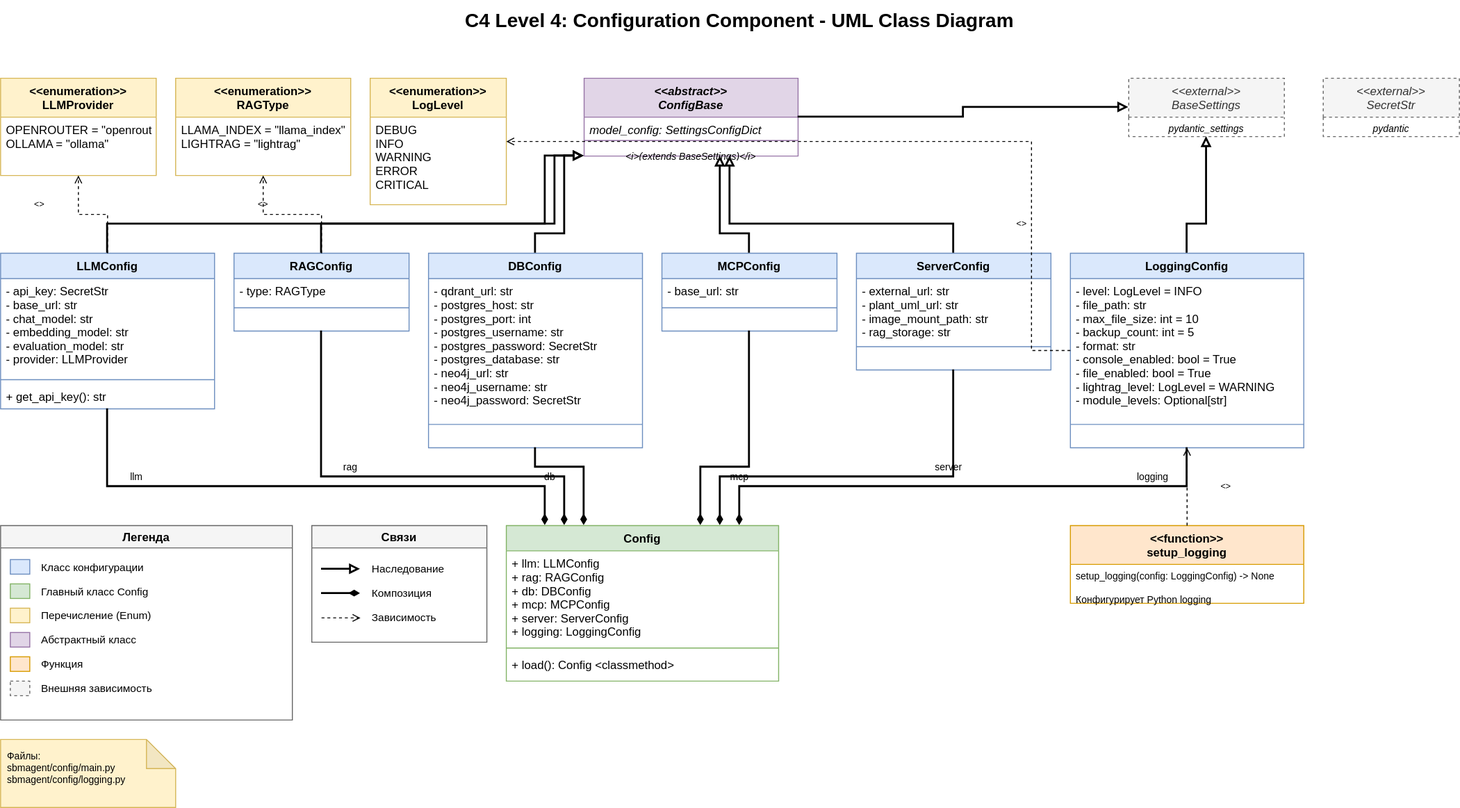
Before: ProjecetConfigurationUML.drawio.svg, a diagram exported from draw.io (pavel-collab/Agentic-system-images). Source tidied: cells renumbered, new cells last; positions are measured from the earlier drawing's top-left corner, leaving out a move shared by most shapes.
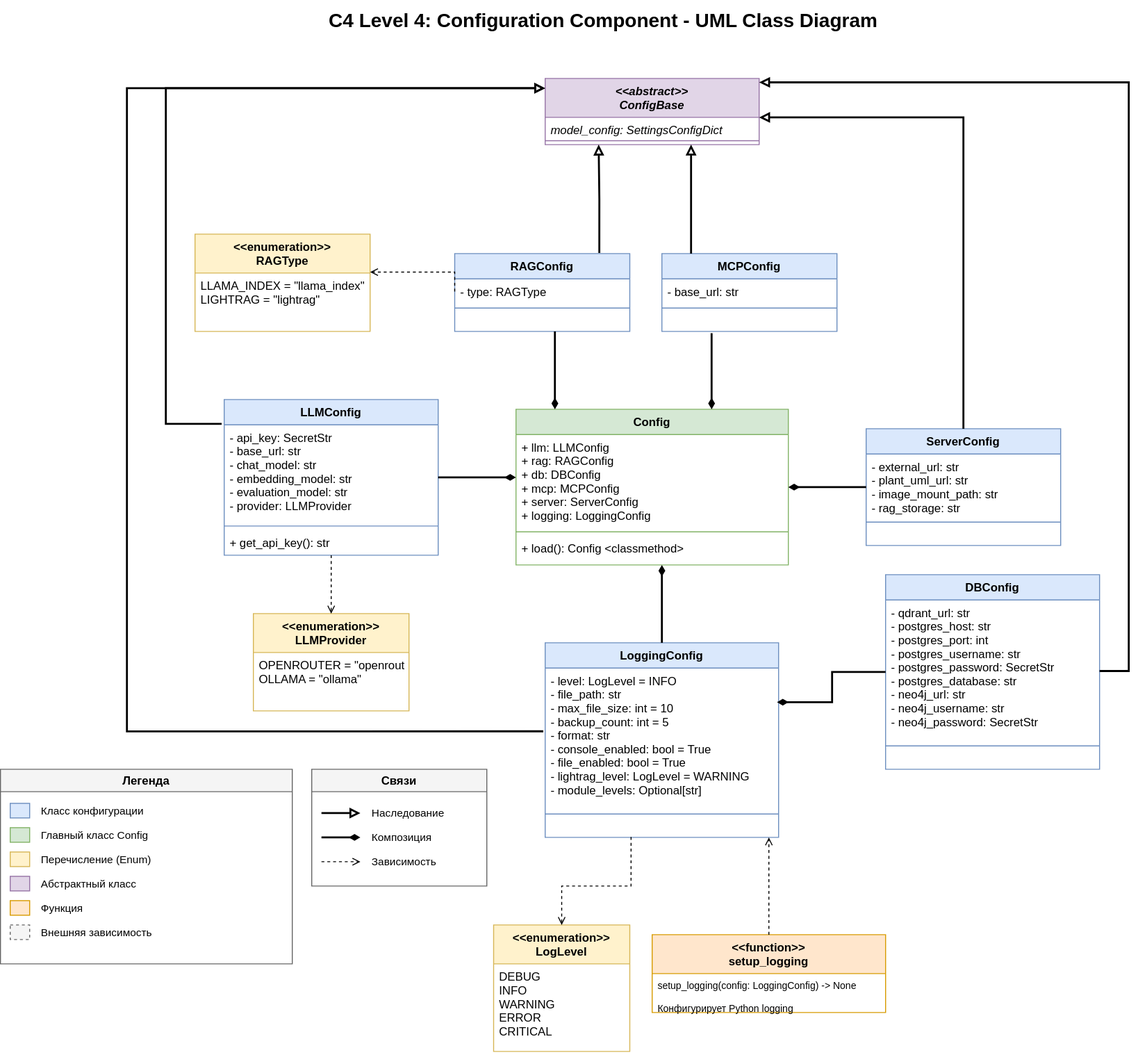
After the commit.

Change to the diagram source:
```diff
@@ -5,6 +5,6 @@
     <mxCell id="2" value="C4 Level 4: Configuration Component - UML Class Diagram" style="text;html=1;strokeColor=none;fillColor=none;align=center;verticalAlign=middle;whiteSpace=wrap;rounded=0;fontSize=20;fontStyle=1;" parent="1" vertex="1">
-      <mxGeometry x="360" width="800" height="40" as="geometry" />
+      <mxGeometry x="200" width="800" height="40" as="geometry" />
     </mxCell>
     <mxCell id="3" value="&lt;&lt;enumeration&gt;&gt;&#10;LLMProvider" style="swimlane;fontStyle=1;align=center;verticalAlign=top;horizontal=1;startSize=40;fillColor=#fff2cc;strokeColor=#d6b656;" parent="1" vertex="1">
-      <mxGeometry y="80" width="160" height="100" as="geometry" />
+      <mxGeometry x="240" y="630" width="160" height="100" as="geometry" />
     </mxCell>
@@ -14,3 +14,3 @@
     <mxCell id="5" value="&lt;&lt;enumeration&gt;&gt;&#10;RAGType" style="swimlane;fontStyle=1;align=center;verticalAlign=top;horizontal=1;startSize=40;fillColor=#fff2cc;strokeColor=#d6b656;" parent="1" vertex="1">
-      <mxGeometry x="180" y="80" width="180" height="100" as="geometry" />
+      <mxGeometry x="180" y="240" width="180" height="100" as="geometry" />
     </mxCell>
@@ -20,3 +20,3 @@
     <mxCell id="7" value="&lt;&lt;enumeration&gt;&gt;&#10;LogLevel" style="swimlane;fontStyle=1;align=center;verticalAlign=top;horizontal=1;startSize=40;fillColor=#fff2cc;strokeColor=#d6b656;" parent="1" vertex="1">
-      <mxGeometry x="380" y="80" width="140" height="130" as="geometry" />
+      <mxGeometry x="487" y="950" width="140" height="130" as="geometry" />
     </mxCell>
@@ -26,3 +26,3 @@
     <mxCell id="9" value="&lt;&lt;abstract&gt;&gt;&#10;ConfigBase" style="swimlane;fontStyle=3;align=center;verticalAlign=top;horizontal=1;startSize=40;fillColor=#e1d5e7;strokeColor=#9673a6;" parent="1" vertex="1">
-      <mxGeometry x="600" y="80" width="220" height="80" as="geometry" />
+      <mxGeometry x="540" y="80" width="220" height="68" as="geometry" />
     </mxCell>
@@ -34,7 +34,4 @@
     </mxCell>
-    <mxCell id="12" value="&lt;i&gt;(extends BaseSettings)&lt;/i&gt;" style="text;strokeColor=none;fillColor=none;align=center;verticalAlign=top;spacingLeft=4;spacingRight=4;overflow=hidden;fontStyle=2;fontSize=10;" parent="9" vertex="1">
-      <mxGeometry y="68" width="220" height="12" as="geometry" />
-    </mxCell>
     <mxCell id="13" value="LLMConfig" style="swimlane;fontStyle=1;align=center;verticalAlign=top;horizontal=1;startSize=26;fillColor=#dae8fc;strokeColor=#6c8ebf;" parent="1" vertex="1">
-      <mxGeometry y="260" width="220" height="160" as="geometry" />
+      <mxGeometry x="210" y="410" width="220" height="160" as="geometry" />
     </mxCell>
@@ -50,3 +47,3 @@
     <mxCell id="17" value="RAGConfig" style="swimlane;fontStyle=1;align=center;verticalAlign=top;horizontal=1;startSize=26;fillColor=#dae8fc;strokeColor=#6c8ebf;" parent="1" vertex="1">
-      <mxGeometry x="240" y="260" width="180" height="80" as="geometry" />
+      <mxGeometry x="447" y="260" width="180" height="80" as="geometry" />
     </mxCell>
@@ -62,3 +59,3 @@
     <mxCell id="21" value="DBConfig" style="swimlane;fontStyle=1;align=center;verticalAlign=top;horizontal=1;startSize=26;fillColor=#dae8fc;strokeColor=#6c8ebf;" parent="1" vertex="1">
-      <mxGeometry x="440" y="260" width="220" height="200" as="geometry" />
+      <mxGeometry x="890" y="590" width="220" height="200" as="geometry" />
     </mxCell>
@@ -74,3 +71,3 @@
     <mxCell id="25" value="MCPConfig" style="swimlane;fontStyle=1;align=center;verticalAlign=top;horizontal=1;startSize=26;fillColor=#dae8fc;strokeColor=#6c8ebf;" parent="1" vertex="1">
-      <mxGeometry x="680" y="260" width="180" height="80" as="geometry" />
+      <mxGeometry x="660" y="260" width="180" height="80" as="geometry" />
     </mxCell>
@@ -86,3 +83,3 @@
     <mxCell id="29" value="ServerConfig" style="swimlane;fontStyle=1;align=center;verticalAlign=top;horizontal=1;startSize=26;fillColor=#dae8fc;strokeColor=#6c8ebf;" parent="1" vertex="1">
-      <mxGeometry x="880" y="260" width="200" height="120" as="geometry" />
+      <mxGeometry x="870" y="440" width="200" height="120" as="geometry" />
     </mxCell>
@@ -98,3 +95,3 @@
     <mxCell id="33" value="LoggingConfig" style="swimlane;fontStyle=1;align=center;verticalAlign=top;horizontal=1;startSize=26;fillColor=#dae8fc;strokeColor=#6c8ebf;" parent="1" vertex="1">
-      <mxGeometry x="1100" y="260" width="240" height="200" as="geometry" />
+      <mxGeometry x="540" y="660" width="240" height="200" as="geometry" />
     </mxCell>
@@ -110,3 +107,3 @@
     <mxCell id="37" value="Config" style="swimlane;fontStyle=1;align=center;verticalAlign=top;horizontal=1;startSize=26;fillColor=#d5e8d4;strokeColor=#82b366;" parent="1" vertex="1">
-      <mxGeometry x="520" y="540" width="280" height="160" as="geometry" />
+      <mxGeometry x="510" y="420" width="280" height="160" as="geometry" />
     </mxCell>
@@ -121,16 +118,4 @@
     </mxCell>
-    <mxCell id="41" value="&lt;&lt;external&gt;&gt;&#10;BaseSettings" style="swimlane;fontStyle=2;align=center;verticalAlign=top;horizontal=1;startSize=40;fillColor=#f5f5f5;strokeColor=#666666;fontColor=#333333;dashed=1;" parent="1" vertex="1">
-      <mxGeometry x="1160" y="80" width="160" height="60" as="geometry" />
-    </mxCell>
-    <mxCell id="42" value="pydantic_settings" style="text;strokeColor=none;fillColor=none;align=center;verticalAlign=top;spacingLeft=4;spacingRight=4;overflow=hidden;fontStyle=2;fontSize=10;" parent="41" vertex="1">
-      <mxGeometry y="40" width="160" height="20" as="geometry" />
-    </mxCell>
-    <mxCell id="43" value="&lt;&lt;external&gt;&gt;&#10;SecretStr" style="swimlane;fontStyle=2;align=center;verticalAlign=top;horizontal=1;startSize=40;fillColor=#f5f5f5;strokeColor=#666666;fontColor=#333333;dashed=1;" parent="1" vertex="1">
-      <mxGeometry x="1360" y="80" width="140" height="60" as="geometry" />
-    </mxCell>
-    <mxCell id="44" value="pydantic" style="text;strokeColor=none;fillColor=none;align=center;verticalAlign=top;spacingLeft=4;spacingRight=4;overflow=hidden;fontStyle=2;fontSize=10;" parent="43" vertex="1">
-      <mxGeometry y="40" width="140" height="20" as="geometry" />
-    </mxCell>
     <mxCell id="45" value="&lt;&lt;function&gt;&gt;&#10;setup_logging" style="swimlane;fontStyle=1;align=center;verticalAlign=top;horizontal=1;startSize=40;fillColor=#ffe6cc;strokeColor=#d79b00;" parent="1" vertex="1">
-      <mxGeometry x="1100" y="540" width="240" height="80" as="geometry" />
+      <mxGeometry x="650" y="960" width="240" height="80" as="geometry" />
     </mxCell>
@@ -139,11 +124,7 @@
     </mxCell>
-    <mxCell id="47" style="edgeStyle=orthogonalEdgeStyle;rounded=0;jettySize=auto;html=1;endArrow=block;endFill=0;strokeWidth=2;" parent="1" edge="1" source="9" target="41">
-      <mxGeometry relative="1" as="geometry" />
-    </mxCell>
-    <mxCell id="48" style="edgeStyle=orthogonalEdgeStyle;rounded=0;jettySize=auto;html=1;endArrow=block;endFill=0;strokeWidth=2;exitX=0.5;exitY=0;exitDx=0;exitDy=0;" parent="1" edge="1" source="13" target="9">
+    <mxCell id="48" style="edgeStyle=orthogonalEdgeStyle;rounded=0;jettySize=auto;html=1;endArrow=block;endFill=0;strokeWidth=2;exitX=-0.008;exitY=0.445;exitDx=0;exitDy=0;exitPerimeter=0;" parent="1" edge="1" source="34" target="9">
       <mxGeometry relative="1" as="geometry">
         <Array as="points">
-          <mxPoint x="110" y="230" />
-          <mxPoint x="560" y="230" />
-          <mxPoint x="560" y="160" />
+          <mxPoint x="110" y="751" />
+          <mxPoint x="110" y="90" />
         </Array>
@@ -151,17 +132,10 @@
     </mxCell>
-    <mxCell id="49" style="edgeStyle=orthogonalEdgeStyle;rounded=0;jettySize=auto;html=1;endArrow=block;endFill=0;strokeWidth=2;exitX=0.5;exitY=0;exitDx=0;exitDy=0;" parent="1" edge="1" source="17" target="9">
-      <mxGeometry relative="1" as="geometry">
-        <Array as="points">
-          <mxPoint x="330" y="230" />
-          <mxPoint x="570" y="230" />
-          <mxPoint x="570" y="160" />
-        </Array>
-      </mxGeometry>
+    <mxCell id="49" style="edgeStyle=orthogonalEdgeStyle;rounded=0;jettySize=auto;html=1;endArrow=block;endFill=0;strokeWidth=2;exitX=0.826;exitY=-0.008;exitDx=0;exitDy=0;entryX=0.25;entryY=1;entryDx=0;entryDy=0;exitPerimeter=0;" parent="1" edge="1" source="17" target="9">
+      <mxGeometry relative="1" as="geometry" />
     </mxCell>
-    <mxCell id="50" style="edgeStyle=orthogonalEdgeStyle;rounded=0;jettySize=auto;html=1;endArrow=block;endFill=0;strokeWidth=2;exitX=0.5;exitY=0;exitDx=0;exitDy=0;" parent="1" edge="1" source="21" target="9">
+    <mxCell id="50" style="edgeStyle=orthogonalEdgeStyle;rounded=0;jettySize=auto;html=1;endArrow=block;endFill=0;strokeWidth=2;exitX=1;exitY=0.5;exitDx=0;exitDy=0;" parent="1" edge="1" source="22" target="9">
       <mxGeometry relative="1" as="geometry">
         <Array as="points">
-          <mxPoint x="550" y="240" />
-          <mxPoint x="580" y="240" />
-          <mxPoint x="580" y="160" />
+          <mxPoint x="1140" y="689" />
+          <mxPoint x="1140" y="84" />
         </Array>
@@ -169,8 +143,7 @@
     </mxCell>
-    <mxCell id="51" style="edgeStyle=orthogonalEdgeStyle;rounded=0;jettySize=auto;html=1;endArrow=block;endFill=0;strokeWidth=2;exitX=0.5;exitY=0;exitDx=0;exitDy=0;" parent="1" edge="1" source="25" target="9">
+    <mxCell id="51" style="edgeStyle=orthogonalEdgeStyle;rounded=0;jettySize=auto;html=1;endArrow=block;endFill=0;strokeWidth=2;" parent="1" edge="1" target="9">
       <mxGeometry relative="1" as="geometry">
+        <mxPoint x="690" y="260" as="sourcePoint" />
         <Array as="points">
-          <mxPoint x="770" y="240" />
-          <mxPoint x="740" y="240" />
-          <mxPoint x="740" y="160" />
+          <mxPoint x="690" y="260" />
         </Array>
@@ -181,5 +154,3 @@
         <Array as="points">
-          <mxPoint x="980" y="230" />
-          <mxPoint x="750" y="230" />
-          <mxPoint x="750" y="160" />
+          <mxPoint x="970" y="120" />
         </Array>
@@ -187,11 +158,2 @@
     </mxCell>
-    <mxCell id="53" style="edgeStyle=orthogonalEdgeStyle;rounded=0;jettySize=auto;html=1;endArrow=block;endFill=0;strokeWidth=2;exitX=0.5;exitY=0;exitDx=0;exitDy=0;" parent="1" edge="1" source="33" target="41">
-      <mxGeometry relative="1" as="geometry">
-        <Array as="points">
-          <mxPoint x="1220" y="230" />
-          <mxPoint x="1240" y="230" />
-          <mxPoint x="1240" y="140" />
-        </Array>
-      </mxGeometry>
-    </mxCell>
     <mxCell id="54" style="edgeStyle=orthogonalEdgeStyle;rounded=0;jettySize=auto;html=1;endArrow=diamondThin;endFill=1;strokeWidth=2;startArrow=none;startFill=0;" parent="1" edge="1" source="13" target="37">
@@ -199,4 +161,3 @@
         <Array as="points">
-          <mxPoint x="110" y="500" />
-          <mxPoint x="560" y="500" />
+          <mxPoint x="260" y="500" />
         </Array>
@@ -204,5 +165,2 @@
     </mxCell>
-    <mxCell id="55" value="llm" style="text;html=1;strokeColor=none;fillColor=none;align=center;verticalAlign=middle;whiteSpace=wrap;rounded=0;fontSize=10;" parent="1" vertex="1">
-      <mxGeometry x="120" y="480" width="40" height="20" as="geometry" />
-    </mxCell>
     <mxCell id="56" style="edgeStyle=orthogonalEdgeStyle;rounded=0;jettySize=auto;html=1;endArrow=diamondThin;endFill=1;strokeWidth=2;startArrow=none;startFill=0;" parent="1" edge="1" source="17" target="37">
@@ -210,4 +168,4 @@
         <Array as="points">
-          <mxPoint x="330" y="490" />
-          <mxPoint x="580" y="490" />
+          <mxPoint x="550" y="390" />
+          <mxPoint x="550" y="390" />
         </Array>
@@ -215,10 +173,7 @@
     </mxCell>
-    <mxCell id="57" value="rag" style="text;html=1;strokeColor=none;fillColor=none;align=center;verticalAlign=middle;whiteSpace=wrap;rounded=0;fontSize=10;" parent="1" vertex="1">
-      <mxGeometry x="340" y="470" width="40" height="20" as="geometry" />
-    </mxCell>
-    <mxCell id="58" style="edgeStyle=orthogonalEdgeStyle;rounded=0;jettySize=auto;html=1;endArrow=diamondThin;endFill=1;strokeWidth=2;startArrow=none;startFill=0;" parent="1" edge="1" source="21" target="37">
+    <mxCell id="58" style="edgeStyle=orthogonalEdgeStyle;rounded=0;jettySize=auto;html=1;endArrow=diamondThin;endFill=1;strokeWidth=2;startArrow=none;startFill=0;entryX=0.993;entryY=0.24;entryDx=0;entryDy=0;entryPerimeter=0;" parent="1" edge="1" source="21" target="34">
       <mxGeometry relative="1" as="geometry">
         <Array as="points">
-          <mxPoint x="550" y="480" />
-          <mxPoint x="600" y="480" />
+          <mxPoint x="835" y="690" />
+          <mxPoint x="835" y="721" />
         </Array>
@@ -226,10 +181,7 @@
     </mxCell>
-    <mxCell id="59" value="db" style="text;html=1;strokeColor=none;fillColor=none;align=center;verticalAlign=middle;whiteSpace=wrap;rounded=0;fontSize=10;" parent="1" vertex="1">
-      <mxGeometry x="550" y="480" width="30" height="20" as="geometry" />
-    </mxCell>
-    <mxCell id="60" style="edgeStyle=orthogonalEdgeStyle;rounded=0;jettySize=auto;html=1;endArrow=diamondThin;endFill=1;strokeWidth=2;startArrow=none;startFill=0;" parent="1" edge="1" source="25" target="37">
+    <mxCell id="60" style="edgeStyle=orthogonalEdgeStyle;rounded=0;jettySize=auto;html=1;endArrow=diamondThin;endFill=1;strokeWidth=2;startArrow=none;startFill=0;exitX=0.284;exitY=1.089;exitDx=0;exitDy=0;exitPerimeter=0;" parent="1" edge="1" source="28" target="37">
       <mxGeometry relative="1" as="geometry">
         <Array as="points">
-          <mxPoint x="770" y="480" />
-          <mxPoint x="720" y="480" />
+          <mxPoint x="721" y="420" />
+          <mxPoint x="721" y="420" />
         </Array>
@@ -237,5 +189,2 @@
     </mxCell>
-    <mxCell id="61" value="mcp" style="text;html=1;strokeColor=none;fillColor=none;align=center;verticalAlign=middle;whiteSpace=wrap;rounded=0;fontSize=10;" parent="1" vertex="1">
-      <mxGeometry x="740" y="480" width="40" height="20" as="geometry" />
-    </mxCell>
     <mxCell id="62" style="edgeStyle=orthogonalEdgeStyle;rounded=0;jettySize=auto;html=1;endArrow=diamondThin;endFill=1;strokeWidth=2;startArrow=none;startFill=0;" parent="1" edge="1" source="29" target="37">
@@ -243,4 +192,4 @@
         <Array as="points">
-          <mxPoint x="980" y="490" />
-          <mxPoint x="740" y="490" />
+          <mxPoint x="870" y="500" />
+          <mxPoint x="870" y="500" />
         </Array>
@@ -248,5 +197,2 @@
     </mxCell>
-    <mxCell id="63" value="server" style="text;html=1;strokeColor=none;fillColor=none;align=center;verticalAlign=middle;whiteSpace=wrap;rounded=0;fontSize=10;" parent="1" vertex="1">
-      <mxGeometry x="950" y="470" width="50" height="20" as="geometry" />
-    </mxCell>
     <mxCell id="64" style="edgeStyle=orthogonalEdgeStyle;rounded=0;jettySize=auto;html=1;endArrow=diamondThin;endFill=1;strokeWidth=2;startArrow=none;startFill=0;" parent="1" edge="1" source="33" target="37">
@@ -254,4 +200,4 @@
         <Array as="points">
-          <mxPoint x="1220" y="500" />
-          <mxPoint x="760" y="500" />
+          <mxPoint x="630" y="820" />
+          <mxPoint x="630" y="820" />
         </Array>
@@ -259,5 +205,2 @@
     </mxCell>
-    <mxCell id="65" value="logging" style="text;html=1;strokeColor=none;fillColor=none;align=center;verticalAlign=middle;whiteSpace=wrap;rounded=0;fontSize=10;" parent="1" vertex="1">
-      <mxGeometry x="1160" y="480" width="50" height="20" as="geometry" />
-    </mxCell>
     <mxCell id="66" style="edgeStyle=orthogonalEdgeStyle;rounded=0;jettySize=auto;html=1;dashed=1;endArrow=open;endFill=0;strokeWidth=1;" parent="1" edge="1" source="13" target="3">
@@ -265,16 +208,15 @@
     </mxCell>
-    <mxCell id="67" value="&lt;&lt;uses&gt;&gt;" style="text;html=1;strokeColor=none;fillColor=none;align=center;verticalAlign=middle;whiteSpace=wrap;rounded=0;fontSize=9;fontStyle=2;" parent="1" vertex="1">
-      <mxGeometry x="10" y="200" width="60" height="20" as="geometry" />
-    </mxCell>
-    <mxCell id="68" style="edgeStyle=orthogonalEdgeStyle;rounded=0;jettySize=auto;html=1;dashed=1;endArrow=open;endFill=0;strokeWidth=1;" parent="1" edge="1" source="17" target="5">
-      <mxGeometry relative="1" as="geometry" />
+    <mxCell id="68" style="edgeStyle=orthogonalEdgeStyle;rounded=0;jettySize=auto;html=1;dashed=1;endArrow=open;endFill=0;strokeWidth=1;exitX=0;exitY=0.5;exitDx=0;exitDy=0;" parent="1" edge="1" source="18" target="5">
+      <mxGeometry relative="1" as="geometry">
+        <Array as="points">
+          <mxPoint x="250" y="279" />
+          <mxPoint x="250" y="280" />
+        </Array>
+      </mxGeometry>
     </mxCell>
-    <mxCell id="69" value="&lt;&lt;uses&gt;&gt;" style="text;html=1;strokeColor=none;fillColor=none;align=center;verticalAlign=middle;whiteSpace=wrap;rounded=0;fontSize=9;fontStyle=2;" parent="1" vertex="1">
-      <mxGeometry x="240" y="200" width="60" height="20" as="geometry" />
-    </mxCell>
-    <mxCell id="70" style="edgeStyle=orthogonalEdgeStyle;rounded=0;jettySize=auto;html=1;dashed=1;endArrow=open;endFill=0;strokeWidth=1;exitX=0;exitY=0.5;exitDx=0;exitDy=0;" parent="1" edge="1" source="33" target="7">
+    <mxCell id="70" style="edgeStyle=orthogonalEdgeStyle;rounded=0;jettySize=auto;html=1;dashed=1;endArrow=open;endFill=0;strokeWidth=1;entryX=0.5;entryY=0;entryDx=0;entryDy=0;exitX=0.368;exitY=0.979;exitDx=0;exitDy=0;exitPerimeter=0;" parent="1" edge="1" source="36" target="7">
       <mxGeometry relative="1" as="geometry">
         <Array as="points">
-          <mxPoint x="1060" y="360" />
-          <mxPoint x="1060" y="145" />
+          <mxPoint x="628" y="910" />
+          <mxPoint x="557" y="910" />
         </Array>
@@ -282,13 +224,12 @@
     </mxCell>
-    <mxCell id="71" value="&lt;&lt;uses&gt;&gt;" style="text;html=1;strokeColor=none;fillColor=none;align=center;verticalAlign=middle;whiteSpace=wrap;rounded=0;fontSize=9;fontStyle=2;" parent="1" vertex="1">
-      <mxGeometry x="1020" y="220" width="60" height="20" as="geometry" />
-    </mxCell>
     <mxCell id="72" style="edgeStyle=orthogonalEdgeStyle;rounded=0;jettySize=auto;html=1;dashed=1;endArrow=open;endFill=0;strokeWidth=1;" parent="1" edge="1" source="45" target="33">
-      <mxGeometry relative="1" as="geometry" />
+      <mxGeometry relative="1" as="geometry">
+        <Array as="points">
+          <mxPoint x="770" y="1020" />
+          <mxPoint x="770" y="1020" />
+        </Array>
+      </mxGeometry>
     </mxCell>
-    <mxCell id="73" value="&lt;&lt;uses&gt;&gt;" style="text;html=1;strokeColor=none;fillColor=none;align=center;verticalAlign=middle;whiteSpace=wrap;rounded=0;fontSize=9;fontStyle=2;" parent="1" vertex="1">
-      <mxGeometry x="1230" y="490" width="60" height="20" as="geometry" />
-    </mxCell>
     <mxCell id="74" value="Легенда" style="swimlane;startSize=23;fillColor=#f5f5f5;strokeColor=#666666;" parent="1" vertex="1">
-      <mxGeometry y="540" width="300" height="200" as="geometry" />
+      <mxGeometry x="-20" y="790" width="300" height="200" as="geometry" />
     </mxCell>
@@ -331,3 +272,3 @@
     <mxCell id="87" value="Связи" style="swimlane;startSize=23;fillColor=#f5f5f5;strokeColor=#666666;" parent="1" vertex="1">
-      <mxGeometry x="320" y="540" width="180" height="120" as="geometry" />
+      <mxGeometry x="300" y="790" width="180" height="120" as="geometry" />
     </mxCell>
@@ -360,5 +301,10 @@
     </mxCell>
-    <mxCell id="94" value="Файлы:&#10;sbmagent/config/main.py&#10;sbmagent/config/logging.py" style="shape=note;whiteSpace=wrap;html=1;backgroundOutline=1;darkOpacity=0.05;fillColor=#fff2cc;strokeColor=#d6b656;align=left;verticalAlign=top;spacingLeft=5;spacingTop=5;fontSize=10;" parent="1" vertex="1">
-      <mxGeometry y="760" width="180" height="70" as="geometry" />
-    </mxCell>
+    <mxCell id="95" style="edgeStyle=orthogonalEdgeStyle;rounded=0;jettySize=auto;html=1;endArrow=block;endFill=0;strokeWidth=2;exitX=-0.012;exitY=-0.01;exitDx=0;exitDy=0;exitPerimeter=0;" parent="1" edge="1" source="14" target="9">
+      <mxGeometry relative="1" as="geometry">
+        <Array as="points">
+          <mxPoint x="150" y="435" />
+          <mxPoint x="150" y="90" />
+        </Array>
+      </mxGeometry>
+    </mxCell>
   </root>
```
